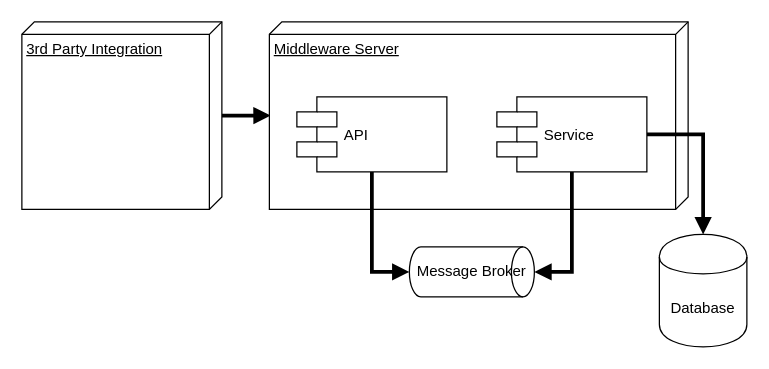
epomatti/dojo-for-net keeps this draw.io diagram as solutions/BlueBelt/docs/solution.drawio. Above is the earlier version. Source tidied: cells renumbered, new cells numbered last; positions are measured from the earlier drawing's top-left corner, leaving out a move shared by most shapes. Both pictures are drawn from the tidied source at 125%, with x=0, y=0 at pixel (21, 21).
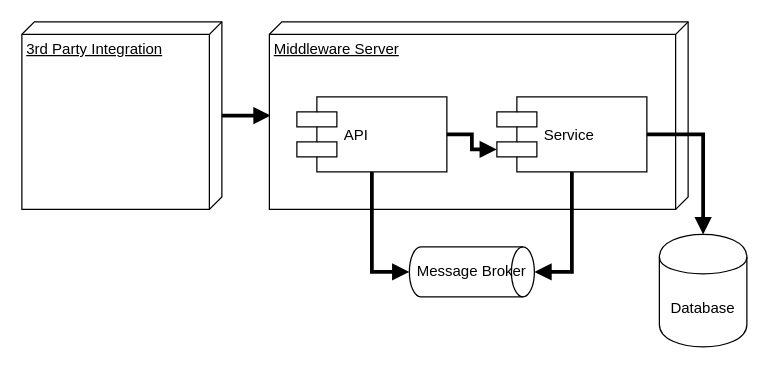
Above is the later version.

What changed in the source:
```diff
@@
 <mxGraphModel>
   <root>
     <mxCell id="0" />
     <mxCell id="1" parent="0" />
     <mxCell id="2" style="edgeStyle=orthogonalEdgeStyle;rounded=0;jettySize=auto;html=1;entryX=0.499;entryY=0.997;entryDx=0;entryDy=0;entryPerimeter=0;endArrow=block;endFill=1;strokeWidth=3;" parent="1" edge="1" source="3" target="4">
       <mxGeometry relative="1" as="geometry" />
     </mxCell>
     <mxCell id="3" value="3rd Party Integration" style="verticalAlign=top;align=left;spacingTop=8;spacingLeft=2;spacingRight=12;shape=cube;size=10;direction=south;fontStyle=4;html=1;" parent="1" vertex="1">
       <mxGeometry width="160" height="150" as="geometry" />
     </mxCell>
     <mxCell id="4" value="Middleware Server" style="verticalAlign=top;align=left;spacingTop=8;spacingLeft=2;spacingRight=12;shape=cube;size=10;direction=south;fontStyle=4;html=1;" parent="1" vertex="1">
       <mxGeometry x="198" width="335" height="150" as="geometry" />
     </mxCell>
     <mxCell id="5" value="Database" style="shape=cylinder;whiteSpace=wrap;html=1;boundedLbl=1;backgroundOutline=1;" parent="1" vertex="1">
       <mxGeometry x="510" y="170" width="70" height="90" as="geometry" />
     </mxCell>
     <mxCell id="6" style="edgeStyle=orthogonalEdgeStyle;rounded=0;jettySize=auto;html=1;entryX=0;entryY=0.5;entryDx=0;entryDy=0;entryPerimeter=0;endArrow=block;endFill=1;strokeWidth=3;" parent="1" edge="1" source="7" target="11">
       <mxGeometry relative="1" as="geometry" />
     </mxCell>
     <mxCell id="7" value="API" style="shape=component;align=left;spacingLeft=36;" parent="1" vertex="1">
       <mxGeometry x="220" y="60" width="120" height="60" as="geometry" />
     </mxCell>
     <mxCell id="8" style="edgeStyle=orthogonalEdgeStyle;rounded=0;jettySize=auto;html=1;entryX=1;entryY=0.5;entryDx=0;entryDy=0;entryPerimeter=0;endArrow=block;endFill=1;strokeWidth=3;" parent="1" edge="1" source="10" target="11">
       <mxGeometry relative="1" as="geometry" />
     </mxCell>
     <mxCell id="9" style="edgeStyle=orthogonalEdgeStyle;rounded=0;jettySize=auto;html=1;entryX=0.5;entryY=0;entryDx=0;entryDy=0;endArrow=block;endFill=1;strokeWidth=3;" parent="1" edge="1" source="10" target="5">
       <mxGeometry relative="1" as="geometry" />
     </mxCell>
     <mxCell id="10" value="Service" style="shape=component;align=left;spacingLeft=36;" parent="1" vertex="1">
       <mxGeometry x="380" y="60" width="120" height="60" as="geometry" />
     </mxCell>
     <mxCell id="11" value="Message Broker" style="strokeWidth=1;html=1;shape=mxgraph.flowchart.direct_data;whiteSpace=wrap;" parent="1" vertex="1">
       <mxGeometry x="310" y="180" width="100" height="40" as="geometry" />
     </mxCell>
+    <mxCell id="12" style="edgeStyle=orthogonalEdgeStyle;rounded=0;jettySize=auto;html=1;endArrow=block;endFill=1;strokeWidth=3;exitX=1;exitY=0.5;exitDx=0;exitDy=0;entryX=0;entryY=0.7;entryDx=0;entryDy=0;" parent="1" edge="1" source="7" target="10">
+      <mxGeometry relative="1" as="geometry" />
+    </mxCell>
   </root>
 </mxGraphModel>
```
